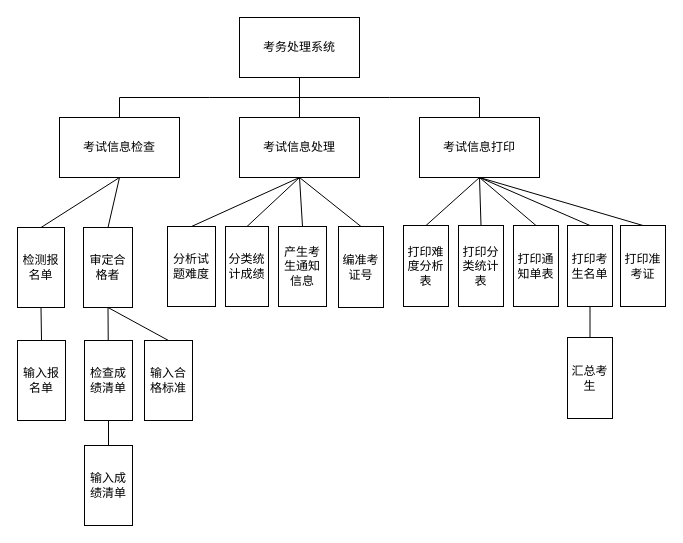
Above: Test2_Structured.drawio in yxy235/SE (draw.io), before the change. Source tidied: cells renumbered, new cells numbered last; positions are measured from the earlier drawing's top-left corner, leaving out a move shared by most shapes. Both pictures are drawn from the tidied source at 100%, with x=0, y=0 at pixel (17, 17).
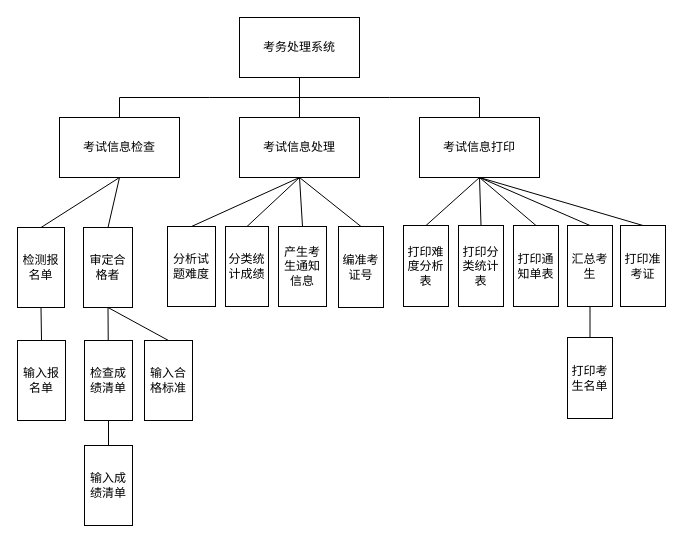
After the change.

Diff of the diagram source:
```diff
@@
-    <mxCell id="25" value="汇总考生" style="rounded=0;whiteSpace=wrap;html=1;" parent="1" vertex="1">
+    <mxCell id="25" value="打印考生名单" style="rounded=0;whiteSpace=wrap;html=1;" parent="1" vertex="1">
       <mxGeometry x="550" y="320" width="45" height="81" as="geometry" />
     </mxCell>
-    <mxCell id="26" value="打印考生名单" style="rounded=0;whiteSpace=wrap;html=1;" parent="1" vertex="1">
+    <mxCell id="26" value="汇总考生" style="rounded=0;whiteSpace=wrap;html=1;" parent="1" vertex="1">
       <mxGeometry x="550" y="208" width="45" height="81" as="geometry" />
     </mxCell>
```
